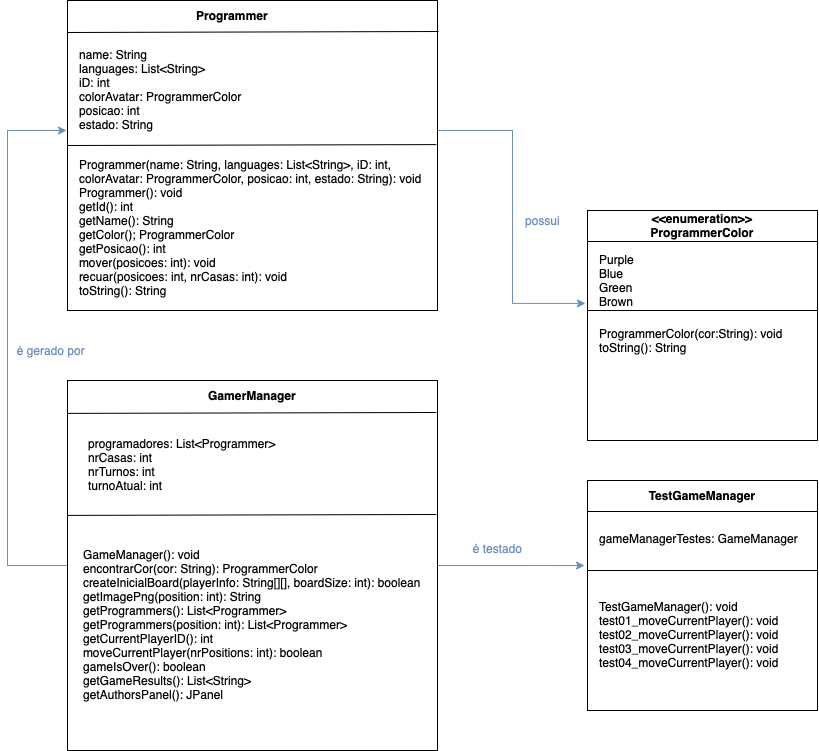
This is diagrama.png from tiagoagueda240/O-Grande-Jogo-do-DEISI, a draw.io export, as it was before one commit. Source tidied: cells renumbered, new cells last; positions are measured from the earlier drawing's top-left corner, leaving out a move shared by most shapes.
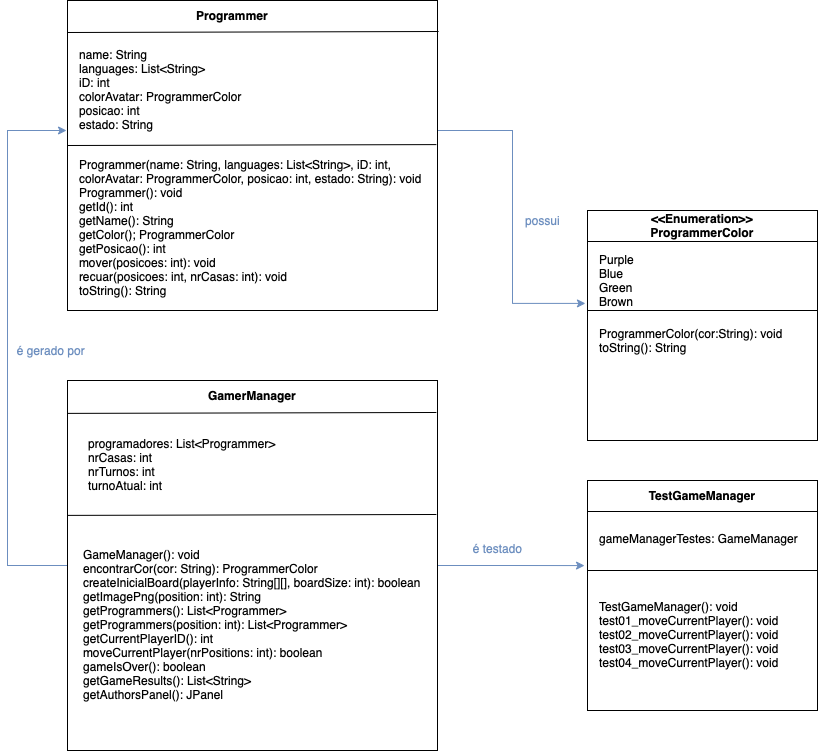
The same file after the commit.

Commit message:
Alteração no diagrama UML.

What changed in the source:
```diff
@@ -35,7 +35,7 @@
     <mxCell id="8" value="&lt;b&gt;Programmer&lt;/b&gt;" style="text;html=1;strokeColor=none;fillColor=none;align=center;verticalAlign=middle;whiteSpace=wrap;rounded=0;" parent="1" vertex="1">
       <mxGeometry x="170" width="110" height="30" as="geometry" />
     </mxCell>
-    <mxCell id="9" value="&lt;b&gt;&amp;lt;&amp;lt;enumeration&amp;gt;&amp;gt;&lt;br&gt;ProgrammerColor&lt;/b&gt;" style="text;html=1;strokeColor=none;fillColor=none;align=center;verticalAlign=middle;whiteSpace=wrap;rounded=0;" parent="1" vertex="1">
+    <mxCell id="9" value="&lt;b&gt;&amp;lt;&amp;lt;Enumeration&amp;gt;&amp;gt;&lt;br&gt;ProgrammerColor&lt;/b&gt;" style="text;html=1;strokeColor=none;fillColor=none;align=center;verticalAlign=middle;whiteSpace=wrap;rounded=0;" parent="1" vertex="1">
       <mxGeometry x="640" y="210" width="110" height="30" as="geometry" />
     </mxCell>
     <mxCell id="10" value="&lt;b&gt;GamerManager&lt;/b&gt;" style="text;html=1;strokeColor=none;fillColor=none;align=center;verticalAlign=middle;whiteSpace=wrap;rounded=0;" parent="1" vertex="1">
```
